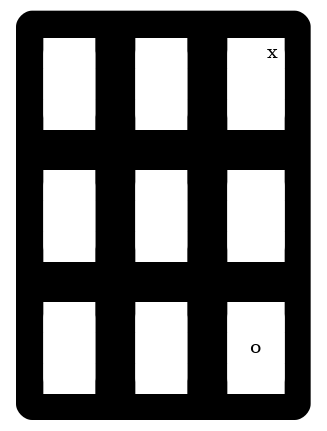
Before: output.png, a diagram exported from Graphviz (JetMagpie/FilRouge_Super_Morpion). Its source is kept beside it as output.dot.
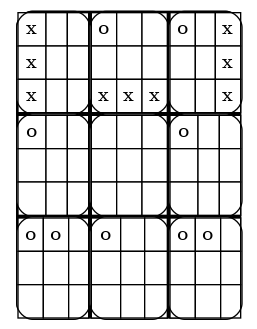
Above is the later version.

What changed in the source:
```diff
@@ -1,9 +1,83 @@
 digraph super_morpion {
   node [shape=none];
   a0 [label=<
-  <TABLE border="0" cellspacing="10" cellpadding="10" style="rounded" bgcolor="black">
+  <TABLE border="0" cellspacing="0" cellpadding="0" style="rounded" bgcolor="black">
     <TR>
-      <TD><TABLE border="0" cellspacing="0" cellpadding="4" style="rounded" bgcolor="white">
+      <TD><TABLE border="1" cellspacing="0" cellpadding="4" style="rounded" bgcolor="white">
+  <TR>
+<TD bgcolor="white">x</TD>
+<TD bgcolor="white"> </TD>
+<TD bgcolor="white"> </TD>
+  </TR>
+  <TR>
+<TD bgcolor="white">x</TD>
+<TD bgcolor="white"> </TD>
+<TD bgcolor="white"> </TD>
+  </TR>
+  <TR>
+<TD bgcolor="white">x</TD>
+<TD bgcolor="white"> </TD>
+<TD bgcolor="white"> </TD>
+  </TR>
+</TABLE>
+</TD>
+      <TD><TABLE border="1" cellspacing="0" cellpadding="4" style="rounded" bgcolor="white">
+  <TR>
+<TD bgcolor="white">o</TD>
+<TD bgcolor="white"> </TD>
+<TD bgcolor="white"> </TD>
+  </TR>
+  <TR>
+<TD bgcolor="white"> </TD>
+<TD bgcolor="white"> </TD>
+<TD bgcolor="white"> </TD>
+  </TR>
+  <TR>
+<TD bgcolor="white">x</TD>
+<TD bgcolor="white">x</TD>
+<TD bgcolor="white">x</TD>
+  </TR>
+</TABLE>
+</TD>
+      <TD><TABLE border="1" cellspacing="0" cellpadding="4" style="rounded" bgcolor="white">
+  <TR>
+<TD bgcolor="white">o</TD>
+<TD bgcolor="white"> </TD>
+<TD bgcolor="white">x</TD>
+  </TR>
+  <TR>
+<TD bgcolor="white"> </TD>
+<TD bgcolor="white"> </TD>
+<TD bgcolor="white">x</TD>
+  </TR>
+  <TR>
+<TD bgcolor="white"> </TD>
+<TD bgcolor="white"> </TD>
+<TD bgcolor="white">x</TD>
+  </TR>
+</TABLE>
+</TD>
+    </TR>
+    <TR>
+      <TD><TABLE border="1" cellspacing="0" cellpadding="4" style="rounded" bgcolor="white">
+  <TR>
+<TD bgcolor="white">o</TD>
+<TD bgcolor="white"> </TD>
+<TD bgcolor="white"> </TD>
+  </TR>
+  <TR>
+<TD bgcolor="white"> </TD>
+<TD bgcolor="white"> </TD>
+<TD bgcolor="white"> </TD>
+  </TR>
+  <TR>
+<TD bgcolor="white"> </TD>
+<TD bgcolor="white"> </TD>
+<TD bgcolor="white"> </TD>
+  </TR>
+</TABLE>
+</TD>
+      <TD><TABLE border="1" cellspacing="0" cellpadding="4" style="rounded" bgcolor="white">
   <TR>
 <TD bgcolor="white"> </TD>
 <TD bgcolor="white"> </TD>
@@ -21,83 +95,9 @@
   </TR>
 </TABLE>
 </TD>
-      <TD><TABLE border="0" cellspacing="0" cellpadding="4" style="rounded" bgcolor="white">
+      <TD><TABLE border="1" cellspacing="0" cellpadding="4" style="rounded" bgcolor="white">
   <TR>
-<TD bgcolor="white"> </TD>
-<TD bgcolor="white"> </TD>
-<TD bgcolor="white"> </TD>
-  </TR>
-  <TR>
-<TD bgcolor="white"> </TD>
-<TD bgcolor="white"> </TD>
-<TD bgcolor="white"> </TD>
-  </TR>
-  <TR>
-<TD bgcolor="white"> </TD>
-<TD bgcolor="white"> </TD>
-<TD bgcolor="white"> </TD>
-  </TR>
-</TABLE>
-</TD>
-      <TD><TABLE border="0" cellspacing="0" cellpadding="4" style="rounded" bgcolor="white">
-  <TR>
-<TD bgcolor="white"> </TD>
-<TD bgcolor="white"> </TD>
-<TD bgcolor="white">x</TD>
-  </TR>
-  <TR>
-<TD bgcolor="white"> </TD>
-<TD bgcolor="white"> </TD>
-<TD bgcolor="white"> </TD>
-  </TR>
-  <TR>
-<TD bgcolor="white"> </TD>
-<TD bgcolor="white"> </TD>
-<TD bgcolor="white"> </TD>
-  </TR>
-</TABLE>
-</TD>
-    </TR>
-    <TR>
-      <TD><TABLE border="0" cellspacing="0" cellpadding="4" style="rounded" bgcolor="white">
-  <TR>
-<TD bgcolor="white"> </TD>
-<TD bgcolor="white"> </TD>
-<TD bgcolor="white"> </TD>
-  </TR>
-  <TR>
-<TD bgcolor="white"> </TD>
-<TD bgcolor="white"> </TD>
-<TD bgcolor="white"> </TD>
-  </TR>
-  <TR>
-<TD bgcolor="white"> </TD>
-<TD bgcolor="white"> </TD>
-<TD bgcolor="white"> </TD>
-  </TR>
-</TABLE>
-</TD>
-      <TD><TABLE border="0" cellspacing="0" cellpadding="4" style="rounded" bgcolor="white">
-  <TR>
-<TD bgcolor="white"> </TD>
-<TD bgcolor="white"> </TD>
-<TD bgcolor="white"> </TD>
-  </TR>
-  <TR>
-<TD bgcolor="white"> </TD>
-<TD bgcolor="white"> </TD>
-<TD bgcolor="white"> </TD>
-  </TR>
-  <TR>
-<TD bgcolor="white"> </TD>
-<TD bgcolor="white"> </TD>
-<TD bgcolor="white"> </TD>
-  </TR>
-</TABLE>
-</TD>
-      <TD><TABLE border="0" cellspacing="0" cellpadding="4" style="rounded" bgcolor="white">
-  <TR>
-<TD bgcolor="white"> </TD>
+<TD bgcolor="white">o</TD>
 <TD bgcolor="white"> </TD>
 <TD bgcolor="white"> </TD>
   </TR>
@@ -115,9 +115,27 @@
 </TD>
     </TR>
     <TR>
-      <TD><TABLE border="0" cellspacing="0" cellpadding="4" style="rounded" bgcolor="white">
+      <TD><TABLE border="1" cellspacing="0" cellpadding="4" style="rounded" bgcolor="white">
+  <TR>
+<TD bgcolor="white">o</TD>
+<TD bgcolor="white">o</TD>
+<TD bgcolor="white"> </TD>
+  </TR>
   <TR>
 <TD bgcolor="white"> </TD>
+<TD bgcolor="white"> </TD>
+<TD bgcolor="white"> </TD>
+  </TR>
+  <TR>
+<TD bgcolor="white"> </TD>
+<TD bgcolor="white"> </TD>
+<TD bgcolor="white"> </TD>
+  </TR>
+</TABLE>
+</TD>
+      <TD><TABLE border="1" cellspacing="0" cellpadding="4" style="rounded" bgcolor="white">
+  <TR>
+<TD bgcolor="white">o</TD>
 <TD bgcolor="white"> </TD>
 <TD bgcolor="white"> </TD>
   </TR>
@@ -133,10 +151,10 @@
   </TR>
 </TABLE>
 </TD>
-      <TD><TABLE border="0" cellspacing="0" cellpadding="4" style="rounded" bgcolor="white">
+      <TD><TABLE border="1" cellspacing="0" cellpadding="4" style="rounded" bgcolor="white">
   <TR>
-<TD bgcolor="white"> </TD>
-<TD bgcolor="white"> </TD>
+<TD bgcolor="white">o</TD>
+<TD bgcolor="white">o</TD>
 <TD bgcolor="white"> </TD>
   </TR>
   <TR>
@@ -151,24 +169,6 @@
   </TR>
 </TABLE>
 </TD>
-      <TD><TABLE border="0" cellspacing="0" cellpadding="4" style="rounded" bgcolor="white">
-  <TR>
-<TD bgcolor="white"> </TD>
-<TD bgcolor="white"> </TD>
-<TD bgcolor="white"> </TD>
-  </TR>
-  <TR>
-<TD bgcolor="white"> </TD>
-<TD bgcolor="white">o</TD>
-<TD bgcolor="white"> </TD>
-  </TR>
-  <TR>
-<TD bgcolor="white"> </TD>
-<TD bgcolor="white"> </TD>
-<TD bgcolor="white"> </TD>
-  </TR>
-</TABLE>
-</TD>
     </TR>
   </TABLE>
   >];
```
